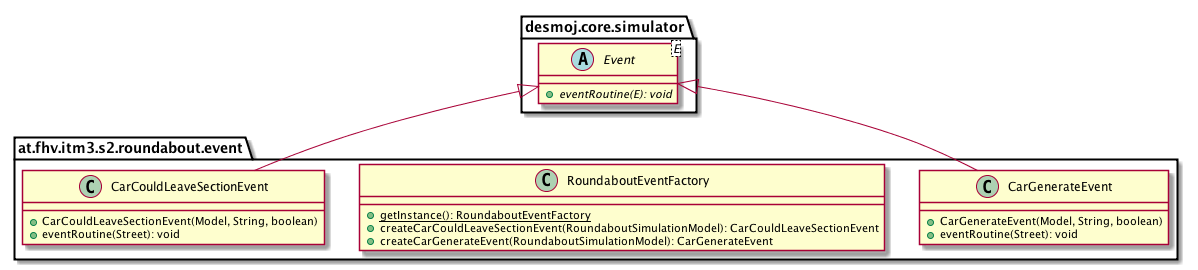
Before: images/uml-class/at.fhv.itm3.s2.roundabout.event.package.png, a diagram exported from PlantUML (sereGkaluv/Roundabout-Simulation-Library). The source it was exported from:
```plantuml
@startuml

    namespace at.fhv.itm3.s2.roundabout.event {

        class CarGenerateEvent [[../../../../../at/fhv/itm3/s2/roundabout/event/CarGenerateEvent.html]] {
            +CarGenerateEvent(Model, String, boolean)
            +eventRoutine(Street): void
        }

        class RoundaboutEventFactory [[../../../../../at/fhv/itm3/s2/roundabout/event/RoundaboutEventFactory.html]] {
            {static} +getInstance(): RoundaboutEventFactory
            +createCarCouldLeaveSectionEvent(RoundaboutSimulationModel): CarCouldLeaveSectionEvent
            +createCarGenerateEvent(RoundaboutSimulationModel): CarGenerateEvent
        }

        class CarCouldLeaveSectionEvent [[../../../../../at/fhv/itm3/s2/roundabout/event/CarCouldLeaveSectionEvent.html]] {
            +CarCouldLeaveSectionEvent(Model, String, boolean)
            +eventRoutine(Street): void
        }

        abstract class desmoj.core.simulator.Event<E> {
            {abstract} +eventRoutine(E): void
        }
        desmoj.core.simulator.Event <|-- CarGenerateEvent

        desmoj.core.simulator.Event <|-- CarCouldLeaveSectionEvent

    }

@enduml
```
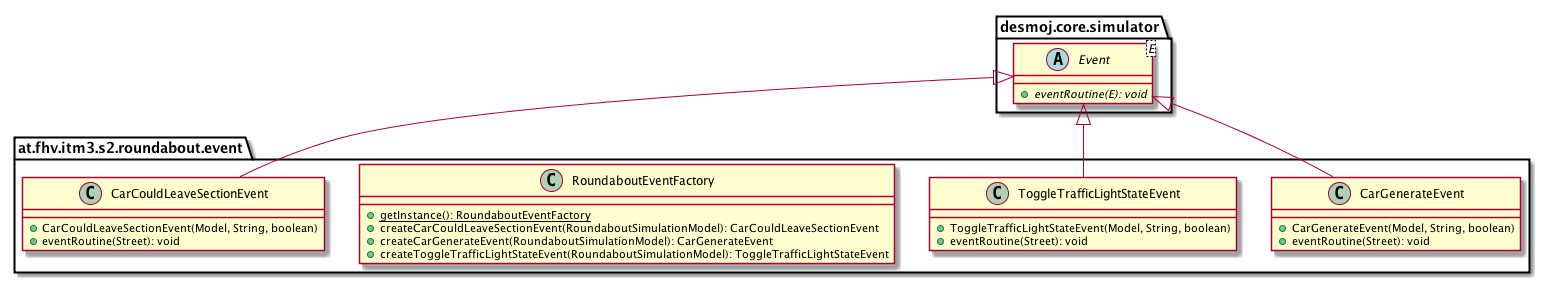
Later version of the same file.

Change to the diagram source:
```diff
@@ -7,10 +7,16 @@
             +eventRoutine(Street): void
         }
 
+        class ToggleTrafficLightStateEvent [[../../../../../at/fhv/itm3/s2/roundabout/event/ToggleTrafficLightStateEvent.html]] {
+            +ToggleTrafficLightStateEvent(Model, String, boolean)
+            +eventRoutine(Street): void
+        }
+
         class RoundaboutEventFactory [[../../../../../at/fhv/itm3/s2/roundabout/event/RoundaboutEventFactory.html]] {
             {static} +getInstance(): RoundaboutEventFactory
             +createCarCouldLeaveSectionEvent(RoundaboutSimulationModel): CarCouldLeaveSectionEvent
             +createCarGenerateEvent(RoundaboutSimulationModel): CarGenerateEvent
+            +createToggleTrafficLightStateEvent(RoundaboutSimulationModel): ToggleTrafficLightStateEvent
         }
 
         class CarCouldLeaveSectionEvent [[../../../../../at/fhv/itm3/s2/roundabout/event/CarCouldLeaveSectionEvent.html]] {
@@ -23,6 +29,8 @@
         }
         desmoj.core.simulator.Event <|-- CarGenerateEvent
 
+        desmoj.core.simulator.Event <|-- ToggleTrafficLightStateEvent
+
         desmoj.core.simulator.Event <|-- CarCouldLeaveSectionEvent
 
     }
```
